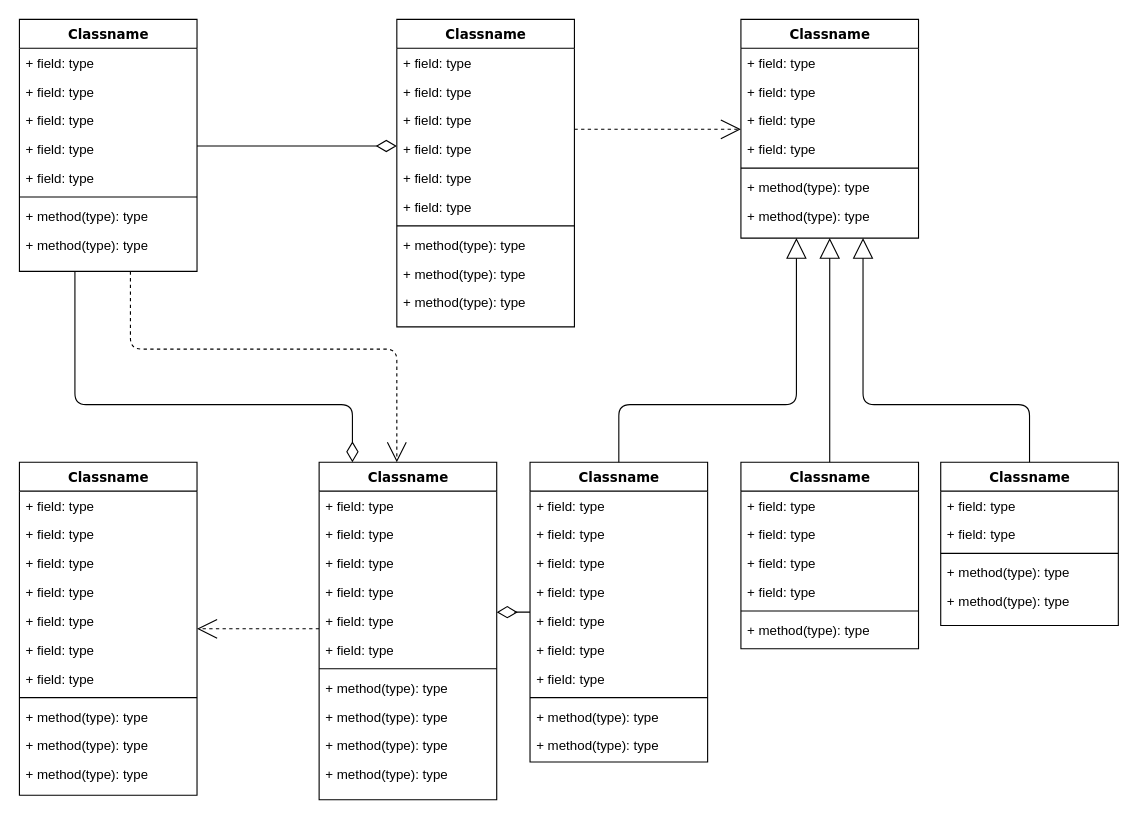
omfagu/Java-s15-Challenge keeps this draw.io diagram as Başlıksız Diyagram.drawio. Above is the earlier version. Source tidied: cells renumbered, new cells numbered last; positions are measured from the earlier drawing's top-left corner, leaving out a move shared by most shapes. Both pictures are drawn from the tidied source at 111%, with x=0, y=0 at pixel (19, 19).
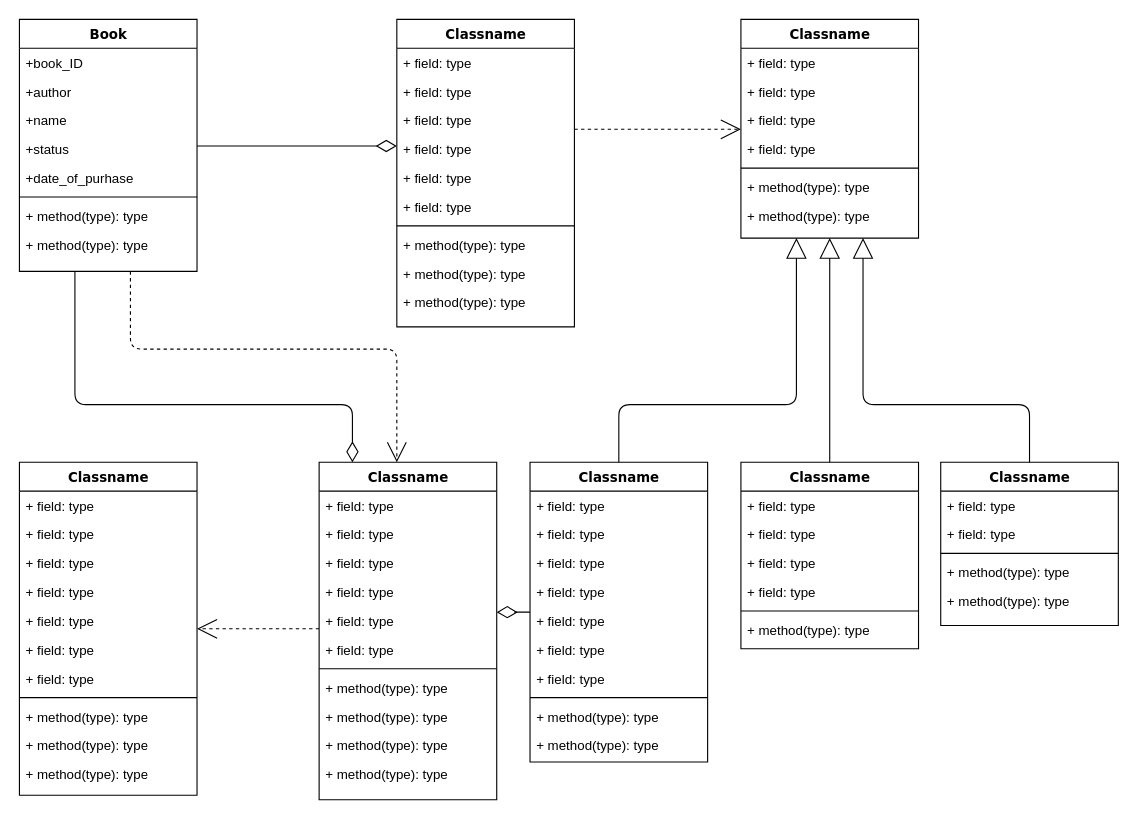
After the change.

Commit message:
Library Diagram

Diff of the diagram source:
```diff
@@
-    <mxCell id="4" value="Classname" style="swimlane;html=1;fontStyle=1;align=center;verticalAlign=top;horizontal=1;startSize=26;swimlaneFillColor=#ffffff;rounded=0;shadow=0;comic=0;labelBackgroundColor=none;strokeWidth=1;fillColor=none;fontFamily=Verdana;fontSize=12;" parent="1" vertex="1">
+    <mxCell id="4" value="Book" style="swimlane;html=1;fontStyle=1;align=center;verticalAlign=top;horizontal=1;startSize=26;swimlaneFillColor=#ffffff;rounded=0;shadow=0;comic=0;labelBackgroundColor=none;strokeWidth=1;fillColor=none;fontFamily=Verdana;fontSize=12;" parent="1" vertex="1">
       <mxGeometry width="160" height="227" as="geometry" />
     </mxCell>
-    <mxCell id="5" value="+ field: type" style="text;html=1;strokeColor=none;fillColor=none;align=left;verticalAlign=top;spacingLeft=4;spacingRight=4;whiteSpace=wrap;overflow=hidden;" parent="4" vertex="1">
+    <mxCell id="5" value="+book_ID" style="text;html=1;strokeColor=none;fillColor=none;align=left;verticalAlign=top;spacingLeft=4;spacingRight=4;whiteSpace=wrap;overflow=hidden;" parent="4" vertex="1">
       <mxGeometry y="26" width="160" height="26" as="geometry" />
     </mxCell>
-    <mxCell id="6" value="+ field: type" style="text;html=1;strokeColor=none;fillColor=none;align=left;verticalAlign=top;spacingLeft=4;spacingRight=4;whiteSpace=wrap;overflow=hidden;" parent="4" vertex="1">
+    <mxCell id="6" value="+author" style="text;html=1;strokeColor=none;fillColor=none;align=left;verticalAlign=top;spacingLeft=4;spacingRight=4;whiteSpace=wrap;overflow=hidden;" parent="4" vertex="1">
       <mxGeometry y="52" width="160" height="26" as="geometry" />
     </mxCell>
-    <mxCell id="7" value="+ field: type" style="text;html=1;strokeColor=none;fillColor=none;align=left;verticalAlign=top;spacingLeft=4;spacingRight=4;whiteSpace=wrap;overflow=hidden;" parent="4" vertex="1">
+    <mxCell id="7" value="+name" style="text;html=1;strokeColor=none;fillColor=none;align=left;verticalAlign=top;spacingLeft=4;spacingRight=4;whiteSpace=wrap;overflow=hidden;" parent="4" vertex="1">
       <mxGeometry y="78" width="160" height="26" as="geometry" />
     </mxCell>
-    <mxCell id="8" value="+ field: type" style="text;html=1;strokeColor=none;fillColor=none;align=left;verticalAlign=top;spacingLeft=4;spacingRight=4;whiteSpace=wrap;overflow=hidden;" parent="4" vertex="1">
+    <mxCell id="8" value="+status" style="text;html=1;strokeColor=none;fillColor=none;align=left;verticalAlign=top;spacingLeft=4;spacingRight=4;whiteSpace=wrap;overflow=hidden;" parent="4" vertex="1">
       <mxGeometry y="104" width="160" height="26" as="geometry" />
     </mxCell>
-    <mxCell id="9" value="+ field: type" style="text;html=1;strokeColor=none;fillColor=none;align=left;verticalAlign=top;spacingLeft=4;spacingRight=4;whiteSpace=wrap;overflow=hidden;" parent="4" vertex="1">
+    <mxCell id="9" value="+date_of_purhase" style="text;html=1;strokeColor=none;fillColor=none;align=left;verticalAlign=top;spacingLeft=4;spacingRight=4;whiteSpace=wrap;overflow=hidden;" parent="4" vertex="1">
       <mxGeometry y="130" width="160" height="26" as="geometry" />
     </mxCell>
```
